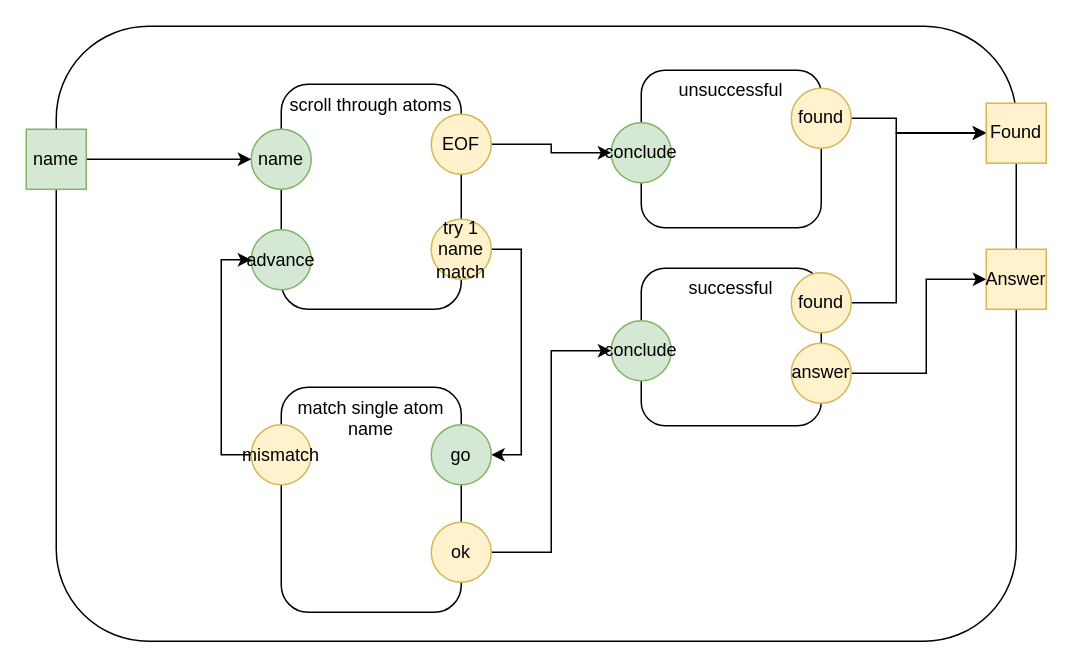
guitarvydas/dasl2 keeps this draw.io diagram as page "lookup" (4 of 7) of eval.drawio. Above is the earlier version. Source tidied: cells renumbered, new cells numbered last; positions are measured from the earlier drawing's top-left corner, leaving out a move shared by most shapes. Both pictures are drawn from the tidied source at 150%, with x=0, y=0 at pixel (26, 26).
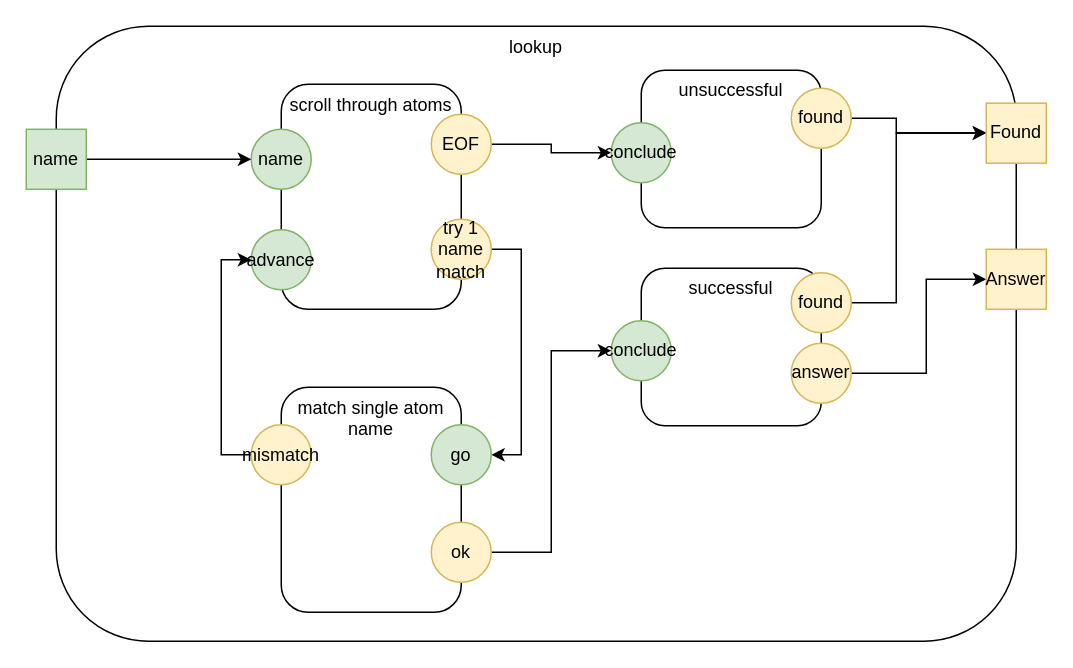
After the change.

Diff of the diagram source:
```diff
@@
-    <mxCell id="2" style="rounded=1;whiteSpace=wrap;html=1;" parent="1" vertex="1">
+    <mxCell id="2" value="lookup" style="rounded=1;whiteSpace=wrap;html=1;verticalAlign=top;" parent="1" vertex="1">
       <mxGeometry x="20" width="640" height="410" as="geometry" />
     </mxCell>
```
